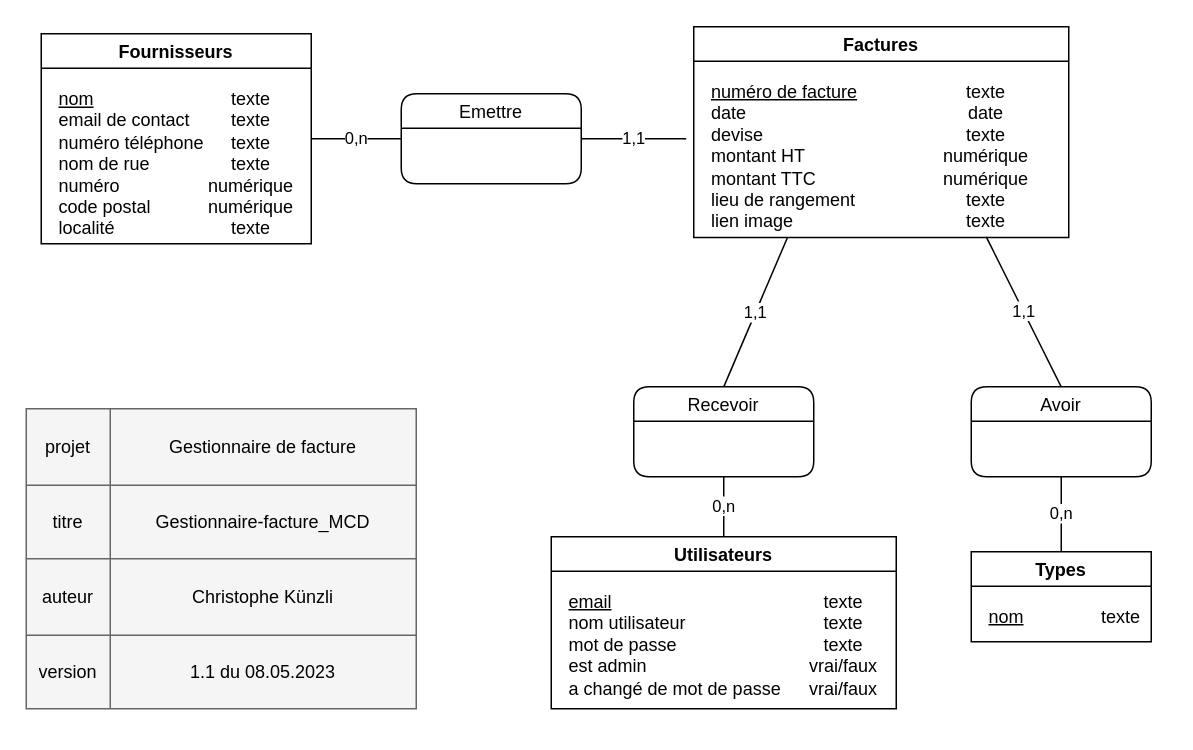
Earlier version of the draw.io diagram Documentation/DB/Gestionnaire-factures_MCD.drawio (ChristopheKunzli/Gestionnaire-factures). Source tidied: cells renumbered, new cells numbered last; positions are measured from the earlier drawing's top-left corner, leaving out a move shared by most shapes. Both pictures are drawn from the tidied source at 150%, with x=0, y=0 at pixel (26, 26).
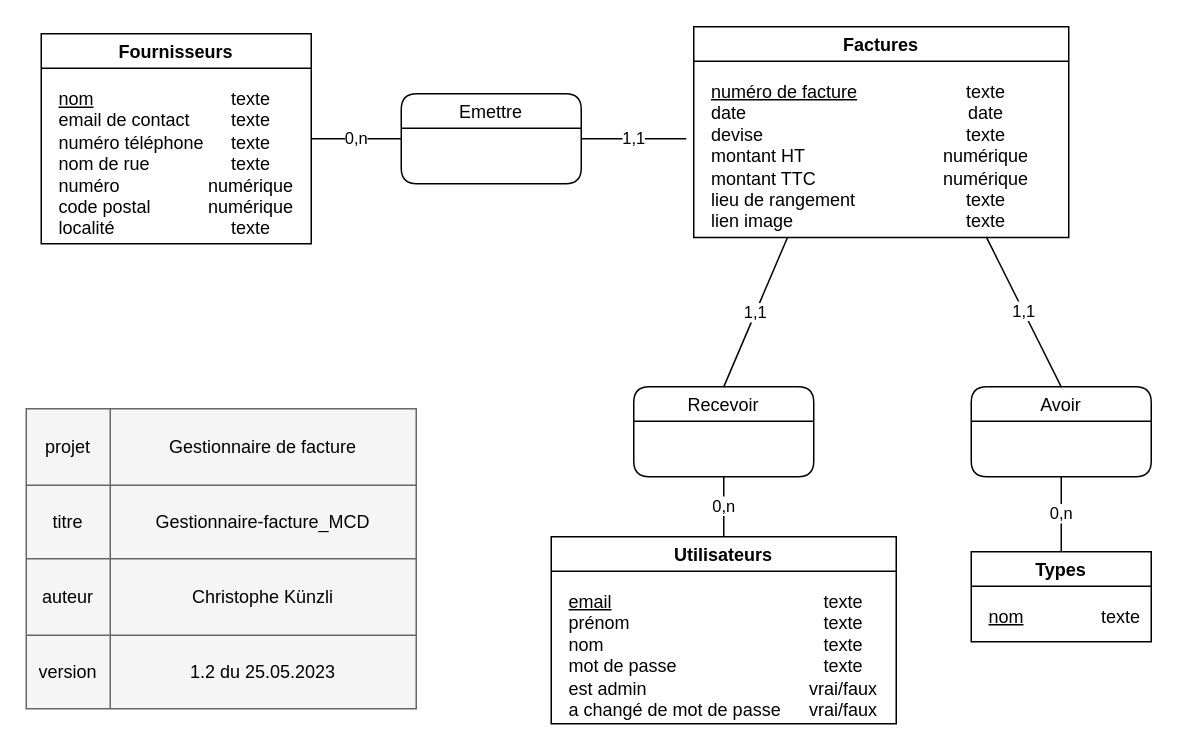
Above is the later version.

The change refers to these unchanged cells:
```xml
<mxCell id="12" style="shape=tableRow;horizontal=0;startSize=0;swimlaneHead=0;swimlaneBody=0;top=0;left=0;bottom=0;right=0;fillColor=none;" parent="2" vertex="1">
  <mxGeometry y="151" width="260" height="49" as="geometry" />
</mxCell>
```

Diff of the diagram source:
```diff
@@
-    <mxCell id="14" value="1.1 du 08.05.2023" style="shape=partialRectangle;html=1;whiteSpace=wrap;fillColor=none;top=0;left=0;bottom=0;right=0;overflow=hidden;" parent="12" vertex="1">
+    <mxCell id="14" value="1.2 du 25.05.2023" style="shape=partialRectangle;html=1;whiteSpace=wrap;fillColor=none;top=0;left=0;bottom=0;right=0;overflow=hidden;" parent="12" vertex="1">
       <mxGeometry x="56" width="204" height="49" as="geometry" />
     </mxCell>
@@
     <mxCell id="21" value="Utilisateurs" style="swimlane;startSize=23;" parent="1" vertex="1">
-      <mxGeometry x="350" y="340.4" width="230" height="114.6" as="geometry" />
+      <mxGeometry x="350" y="340.4" width="230" height="124.6" as="geometry" />
     </mxCell>
-    <mxCell id="22" value="&lt;u&gt;email&lt;/u&gt;&lt;br&gt;nom utilisateur&lt;br&gt;mot de passe&lt;br&gt;est admin&lt;br&gt;a changé de mot de passe" style="text;html=1;strokeColor=none;fillColor=none;align=left;verticalAlign=top;whiteSpace=wrap;rounded=0;labelPosition=center;verticalLabelPosition=middle;" parent="21" vertex="1">
-      <mxGeometry x="10" y="30" width="150" height="80" as="geometry" />
+    <mxCell id="22" value="&lt;u&gt;email&lt;/u&gt;&lt;br&gt;prénom&lt;br&gt;nom&lt;br&gt;mot de passe&lt;br&gt;est admin&lt;br&gt;a changé de mot de passe" style="text;html=1;strokeColor=none;fillColor=none;align=left;verticalAlign=top;whiteSpace=wrap;rounded=0;labelPosition=center;verticalLabelPosition=middle;" parent="21" vertex="1">
+      <mxGeometry x="10" y="30" width="150" height="90" as="geometry" />
     </mxCell>
-    <mxCell id="23" value="texte&lt;br&gt;texte&lt;br&gt;texte&lt;br&gt;vrai/faux&lt;br&gt;vrai/faux" style="text;html=1;strokeColor=none;fillColor=none;align=center;verticalAlign=top;whiteSpace=wrap;rounded=0;" parent="21" vertex="1">
-      <mxGeometry x="165" y="30" width="60" height="80" as="geometry" />
+    <mxCell id="23" value="texte&lt;br&gt;texte&lt;br&gt;texte&lt;br&gt;texte&lt;br&gt;vrai/faux&lt;br&gt;vrai/faux" style="text;html=1;strokeColor=none;fillColor=none;align=center;verticalAlign=top;whiteSpace=wrap;rounded=0;" parent="21" vertex="1">
+      <mxGeometry x="165" y="30" width="60" height="90" as="geometry" />
     </mxCell>
```
